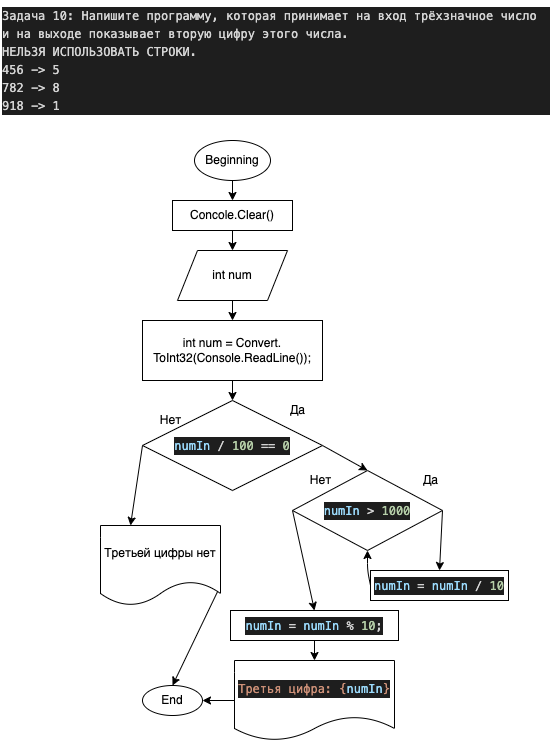
This is Ex_13/diagram.drawio.png from MarkMedved/HomeWorkSharp, a draw.io export, as it was before one commit. Source tidied: cells renumbered, new cells last; positions are measured from the earlier drawing's top-left corner, leaving out a move shared by most shapes.
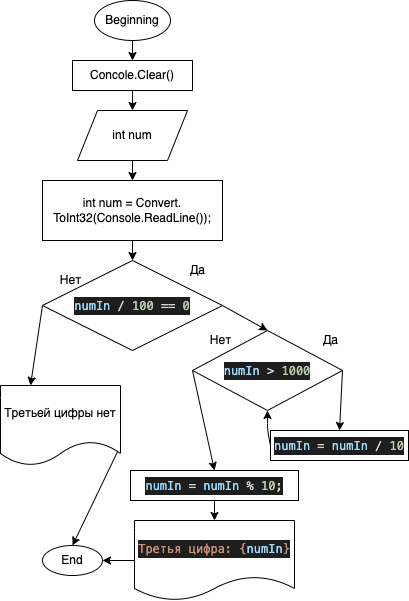
After the change.

Change to the diagram source:
```diff
@@ -2,9 +2,6 @@
   <root>
     <mxCell id="0" />
     <mxCell id="1" parent="0" />
-    <mxCell id="2" value="&lt;meta charset=&quot;utf-8&quot;&gt;&lt;div style=&quot;color: rgb(212, 212, 212); background-color: rgb(30, 30, 30); font-family: menlo, monaco, &amp;quot;courier new&amp;quot;, monospace; font-weight: normal; font-size: 12px; line-height: 18px;&quot;&gt;&lt;div&gt;&lt;span style=&quot;color: #d4d4d4&quot;&gt;Задача 10: Напишите программу, которая принимает на вход трёхзначное число и на выходе показывает вторую цифру этого числа.&lt;/span&gt;&lt;/div&gt;&lt;div&gt;&lt;span style=&quot;color: #d4d4d4&quot;&gt;НЕЛЬЗЯ ИСПОЛЬЗОВАТЬ СТРОКИ.&lt;/span&gt;&lt;/div&gt;&lt;div&gt;&lt;span style=&quot;color: #d4d4d4&quot;&gt;456 -&amp;gt; 5&lt;/span&gt;&lt;/div&gt;&lt;div&gt;&lt;span style=&quot;color: #d4d4d4&quot;&gt;782 -&amp;gt; 8&lt;/span&gt;&lt;/div&gt;&lt;div&gt;&lt;span style=&quot;color: #d4d4d4&quot;&gt;918 -&amp;gt; 1&lt;/span&gt;&lt;/div&gt;&lt;/div&gt;" style="text;whiteSpace=wrap;html=1;" parent="1" vertex="1">
-      <mxGeometry width="550" height="120" as="geometry" />
-    </mxCell>
     <mxCell id="3" style="edgeStyle=none;html=1;exitX=0.5;exitY=1;exitDx=0;exitDy=0;entryX=0.5;entryY=0;entryDx=0;entryDy=0;" parent="1" edge="1" source="4" target="9">
       <mxGeometry relative="1" as="geometry" />
     </mxCell>
```
